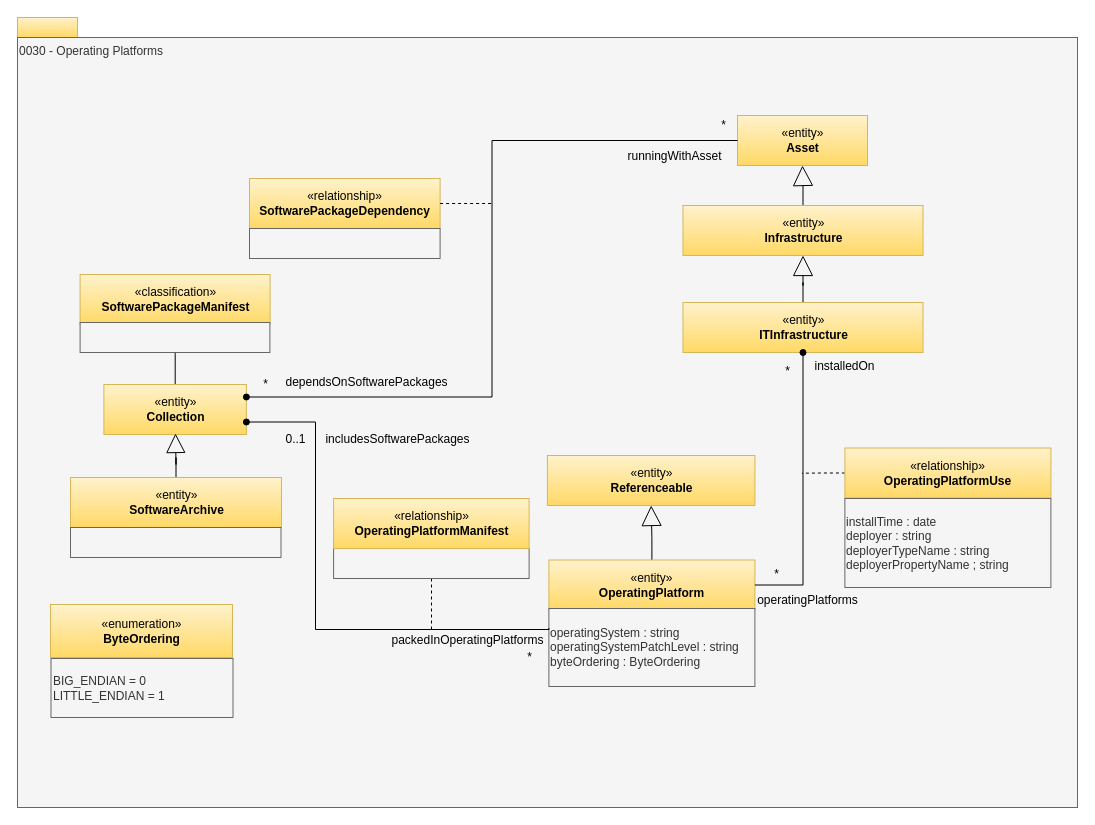
This is page "0030-Operating-Platforms" (21 of 33) of site/docs/types/0/area-0-basic-types-and-infrastructure.drawio from odpi/egeria-docs, a draw.io file, before an edit. Source tidied: cells renumbered, new cells numbered last; positions are measured from the earlier drawing's top-left corner, leaving out a move shared by most shapes. Both pictures are drawn from the tidied source at 100%, with x=0, y=0 at pixel (17, 17).
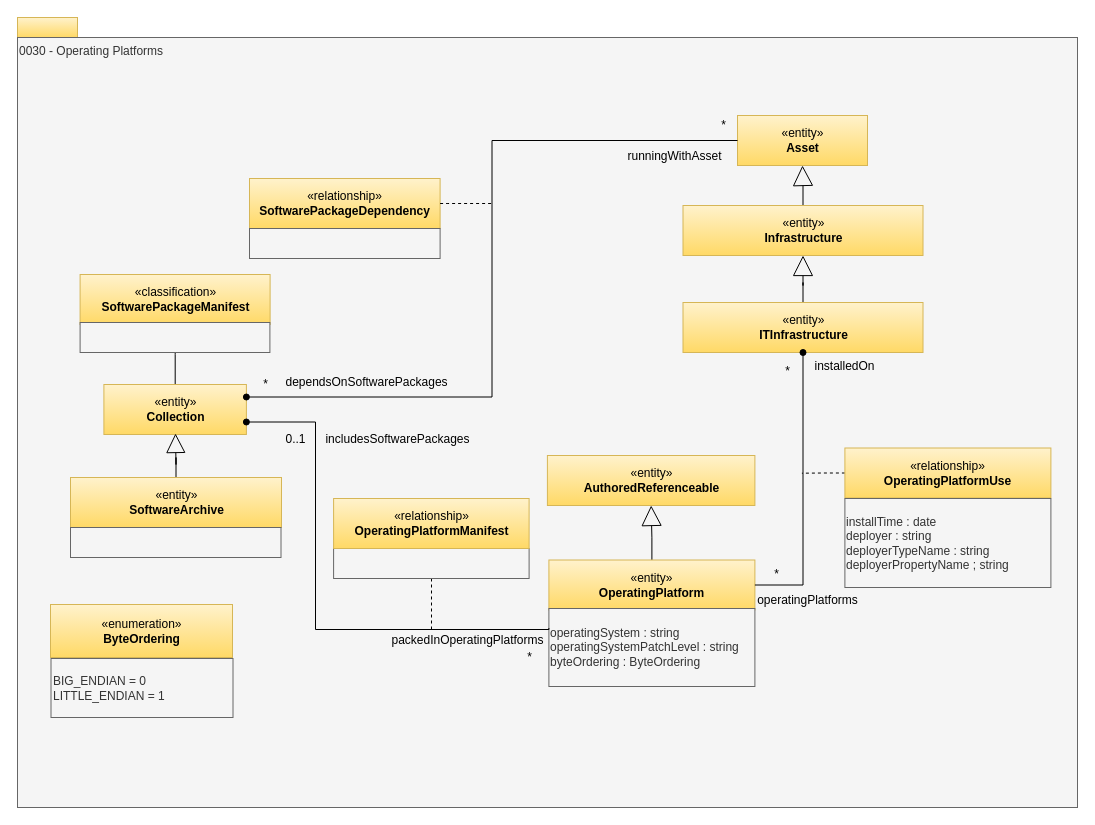
Above is the later version.

Change to the diagram source:
```diff
@@
-    <mxCell id="18" value="«entity»&lt;br&gt;&lt;b&gt;Referenceable&lt;/b&gt;" style="html=1;strokeColor=#d6b656;align=center;fillColor=#fff2cc;gradientColor=#ffd966;" parent="1" vertex="1">
+    <mxCell id="18" value="«entity»&lt;br&gt;&lt;b&gt;AuthoredReferenceable&lt;/b&gt;" style="html=1;strokeColor=#d6b656;align=center;fillColor=#fff2cc;gradientColor=#ffd966;" parent="1" vertex="1">
       <mxGeometry x="529.9" y="438" width="207.5" height="50" as="geometry" />
     </mxCell>
```
